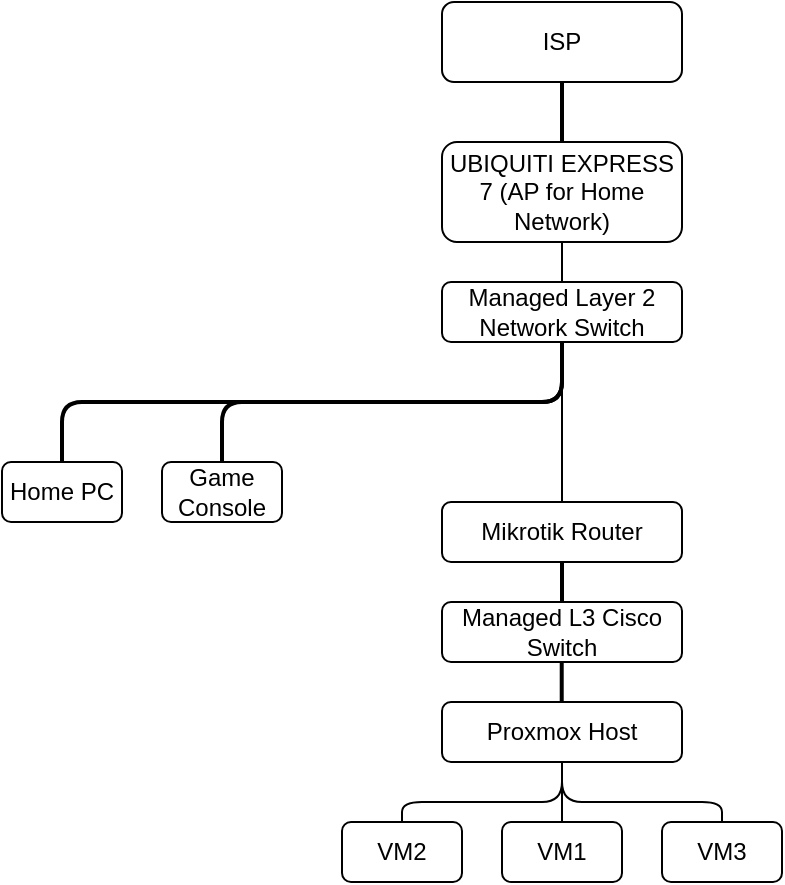
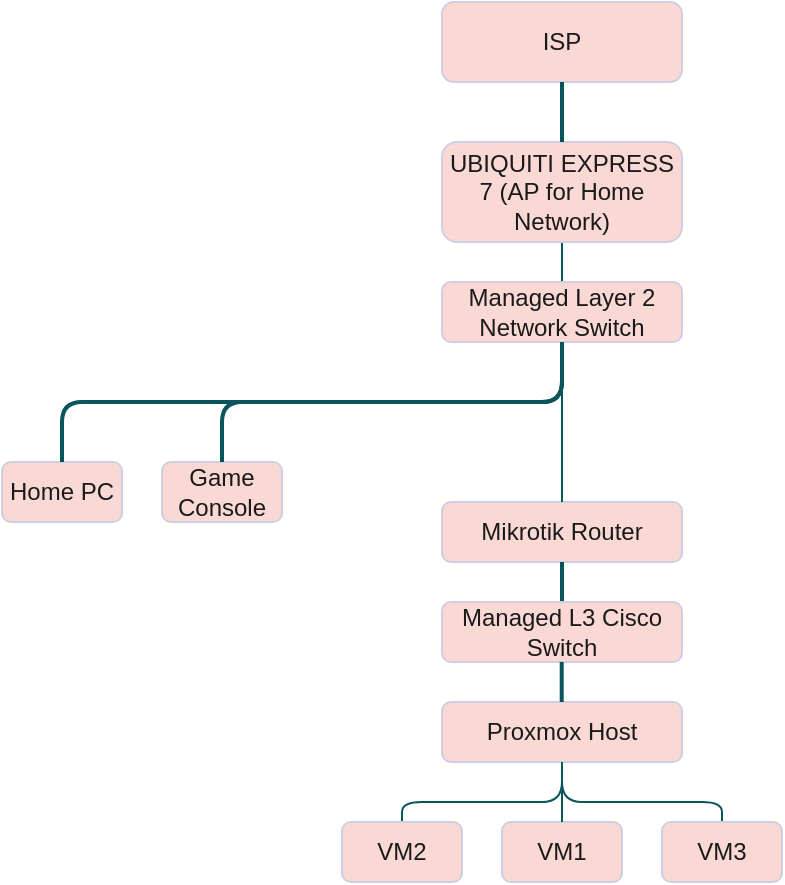
<mxfile host="Electron">
  <diagram name="Page-1" id="atDq6Gn8EgpOIrCHFkfa">
    <mxGraphModel dx="808" dy="481" grid="1" gridSize="10" guides="1" tooltips="1" connect="1" arrows="1" fold="1" page="1" pageScale="1" pageWidth="850" pageHeight="1100" background="light-dark(#FFFFFF,transparent)" math="0" shadow="0">
      <root>
        <mxCell id="0" />
        <mxCell id="1" parent="0" />
-         <mxCell id="hQF2juVCHY57e9Q5P0-U-1" parent="1" style="rounded=1;whiteSpace=wrap;html=1;labelBackgroundColor=none;" value="ISP" vertex="1">
+         <mxCell id="hQF2juVCHY57e9Q5P0-U-1" parent="1" style="rounded=1;whiteSpace=wrap;html=1;labelBackgroundColor=none;fillColor=#FAD9D5;strokeColor=#D0CEE2;fontColor=#1A1A1A;" value="ISP" vertex="1">
          <mxGeometry height="40" width="120" x="340" y="190" as="geometry" />
        </mxCell>
-         <mxCell id="hQF2juVCHY57e9Q5P0-U-37" edge="1" parent="1" source="hQF2juVCHY57e9Q5P0-U-2" style="edgeStyle=orthogonalEdgeStyle;shape=connector;rounded=1;orthogonalLoop=1;jettySize=auto;html=1;entryX=0.5;entryY=0;entryDx=0;entryDy=0;strokeColor=default;align=center;verticalAlign=middle;fontFamily=Helvetica;fontSize=11;fontColor=default;labelBackgroundColor=default;endArrow=none;endFill=0;" target="hQF2juVCHY57e9Q5P0-U-6">
+         <mxCell id="hQF2juVCHY57e9Q5P0-U-37" edge="1" parent="1" source="hQF2juVCHY57e9Q5P0-U-2" style="edgeStyle=orthogonalEdgeStyle;shape=connector;rounded=1;orthogonalLoop=1;jettySize=auto;html=1;entryX=0.5;entryY=0;entryDx=0;entryDy=0;strokeColor=#09555B;align=center;verticalAlign=middle;fontFamily=Helvetica;fontSize=11;fontColor=default;labelBackgroundColor=none;endArrow=none;endFill=0;" target="hQF2juVCHY57e9Q5P0-U-6">
          <mxGeometry relative="1" as="geometry" />
        </mxCell>
-         <mxCell id="hQF2juVCHY57e9Q5P0-U-2" parent="1" style="rounded=1;whiteSpace=wrap;html=1;labelBackgroundColor=none;" value="UBIQUITI EXPRESS 7 (AP for Home Network)" vertex="1">
+         <mxCell id="hQF2juVCHY57e9Q5P0-U-2" parent="1" style="rounded=1;whiteSpace=wrap;html=1;labelBackgroundColor=none;fillColor=#FAD9D5;strokeColor=#D0CEE2;fontColor=#1A1A1A;" value="UBIQUITI EXPRESS 7 (AP for Home Network)" vertex="1">
          <mxGeometry height="50" width="120" x="340" y="260" as="geometry" />
        </mxCell>
-         <mxCell id="hQF2juVCHY57e9Q5P0-U-3" parent="1" style="rounded=1;whiteSpace=wrap;html=1;labelBackgroundColor=none;" value="Mikrotik Router" vertex="1">
+         <mxCell id="hQF2juVCHY57e9Q5P0-U-3" parent="1" style="rounded=1;whiteSpace=wrap;html=1;labelBackgroundColor=none;fillColor=#FAD9D5;strokeColor=#D0CEE2;fontColor=#1A1A1A;" value="Mikrotik Router" vertex="1">
          <mxGeometry height="30" width="120" x="340" y="440" as="geometry" />
        </mxCell>
-         <mxCell id="hQF2juVCHY57e9Q5P0-U-4" edge="1" parent="1" source="hQF2juVCHY57e9Q5P0-U-2" style="endArrow=none;html=1;rounded=1;entryX=0.5;entryY=1;entryDx=0;entryDy=0;exitX=0.5;exitY=0;exitDx=0;exitDy=0;strokeWidth=2;labelBackgroundColor=none;fontColor=default;" target="hQF2juVCHY57e9Q5P0-U-1" value="">
+         <mxCell id="hQF2juVCHY57e9Q5P0-U-4" edge="1" parent="1" source="hQF2juVCHY57e9Q5P0-U-2" style="endArrow=none;html=1;rounded=1;entryX=0.5;entryY=1;entryDx=0;entryDy=0;exitX=0.5;exitY=0;exitDx=0;exitDy=0;strokeWidth=2;labelBackgroundColor=none;fontColor=default;strokeColor=#09555B;" target="hQF2juVCHY57e9Q5P0-U-1" value="">
          <mxGeometry height="50" relative="1" width="50" as="geometry">
            <mxPoint x="690" y="460" as="sourcePoint" />
            <mxPoint x="740" y="410" as="targetPoint" />
          </mxGeometry>
        </mxCell>
-         <mxCell id="hQF2juVCHY57e9Q5P0-U-38" edge="1" parent="1" source="hQF2juVCHY57e9Q5P0-U-6" style="edgeStyle=orthogonalEdgeStyle;shape=connector;rounded=1;orthogonalLoop=1;jettySize=auto;html=1;entryX=0.5;entryY=0;entryDx=0;entryDy=0;strokeColor=default;align=center;verticalAlign=middle;fontFamily=Helvetica;fontSize=11;fontColor=default;labelBackgroundColor=default;endArrow=none;endFill=0;" target="hQF2juVCHY57e9Q5P0-U-3">
+         <mxCell id="hQF2juVCHY57e9Q5P0-U-38" edge="1" parent="1" source="hQF2juVCHY57e9Q5P0-U-6" style="edgeStyle=orthogonalEdgeStyle;shape=connector;rounded=1;orthogonalLoop=1;jettySize=auto;html=1;entryX=0.5;entryY=0;entryDx=0;entryDy=0;strokeColor=#09555B;align=center;verticalAlign=middle;fontFamily=Helvetica;fontSize=11;fontColor=default;labelBackgroundColor=none;endArrow=none;endFill=0;" target="hQF2juVCHY57e9Q5P0-U-3">
          <mxGeometry relative="1" as="geometry" />
        </mxCell>
-         <mxCell id="hQF2juVCHY57e9Q5P0-U-6" parent="1" style="rounded=1;whiteSpace=wrap;html=1;labelBackgroundColor=none;" value="Managed Layer 2 Network Switch" vertex="1">
+         <mxCell id="hQF2juVCHY57e9Q5P0-U-6" parent="1" style="rounded=1;whiteSpace=wrap;html=1;labelBackgroundColor=none;fillColor=#FAD9D5;strokeColor=#D0CEE2;fontColor=#1A1A1A;" value="Managed Layer 2 Network Switch" vertex="1">
          <mxGeometry height="30" width="120" x="340" y="330" as="geometry" />
        </mxCell>
-         <mxCell id="hQF2juVCHY57e9Q5P0-U-32" edge="1" parent="1" source="hQF2juVCHY57e9Q5P0-U-7" style="edgeStyle=orthogonalEdgeStyle;rounded=1;orthogonalLoop=1;jettySize=auto;html=1;entryX=0.5;entryY=0;entryDx=0;entryDy=0;endArrow=none;endFill=0;" target="hQF2juVCHY57e9Q5P0-U-21">
+         <mxCell id="hQF2juVCHY57e9Q5P0-U-32" edge="1" parent="1" source="hQF2juVCHY57e9Q5P0-U-7" style="edgeStyle=orthogonalEdgeStyle;rounded=1;orthogonalLoop=1;jettySize=auto;html=1;entryX=0.5;entryY=0;entryDx=0;entryDy=0;endArrow=none;endFill=0;labelBackgroundColor=none;strokeColor=#09555B;fontColor=default;" target="hQF2juVCHY57e9Q5P0-U-21">
          <mxGeometry relative="1" as="geometry" />
        </mxCell>
-         <mxCell id="hQF2juVCHY57e9Q5P0-U-33" edge="1" parent="1" source="hQF2juVCHY57e9Q5P0-U-7" style="edgeStyle=orthogonalEdgeStyle;rounded=1;orthogonalLoop=1;jettySize=auto;html=1;entryX=0.5;entryY=0;entryDx=0;entryDy=0;endArrow=none;endFill=0;" target="hQF2juVCHY57e9Q5P0-U-22">
+         <mxCell id="hQF2juVCHY57e9Q5P0-U-33" edge="1" parent="1" source="hQF2juVCHY57e9Q5P0-U-7" style="edgeStyle=orthogonalEdgeStyle;rounded=1;orthogonalLoop=1;jettySize=auto;html=1;entryX=0.5;entryY=0;entryDx=0;entryDy=0;endArrow=none;endFill=0;labelBackgroundColor=none;strokeColor=#09555B;fontColor=default;" target="hQF2juVCHY57e9Q5P0-U-22">
          <mxGeometry relative="1" as="geometry" />
        </mxCell>
-         <mxCell id="hQF2juVCHY57e9Q5P0-U-7" parent="1" style="rounded=1;whiteSpace=wrap;html=1;labelBackgroundColor=none;" value="Proxmox Host" vertex="1">
+         <mxCell id="hQF2juVCHY57e9Q5P0-U-7" parent="1" style="rounded=1;whiteSpace=wrap;html=1;labelBackgroundColor=none;fillColor=#FAD9D5;strokeColor=#D0CEE2;fontColor=#1A1A1A;" value="Proxmox Host" vertex="1">
          <mxGeometry height="30" width="120" x="340" y="540" as="geometry" />
        </mxCell>
-         <mxCell id="hQF2juVCHY57e9Q5P0-U-8" edge="1" parent="1" source="hQF2juVCHY57e9Q5P0-U-26" style="endArrow=none;html=1;rounded=1;entryX=0.5;entryY=1;entryDx=0;entryDy=0;strokeWidth=2;labelBackgroundColor=none;fontColor=default;exitX=0.5;exitY=0;exitDx=0;exitDy=0;" target="hQF2juVCHY57e9Q5P0-U-3" value="">
+         <mxCell id="hQF2juVCHY57e9Q5P0-U-8" edge="1" parent="1" source="hQF2juVCHY57e9Q5P0-U-26" style="endArrow=none;html=1;rounded=1;entryX=0.5;entryY=1;entryDx=0;entryDy=0;strokeWidth=2;labelBackgroundColor=none;fontColor=default;exitX=0.5;exitY=0;exitDx=0;exitDy=0;strokeColor=#09555B;" target="hQF2juVCHY57e9Q5P0-U-3" value="">
          <mxGeometry height="50" relative="1" width="50" as="geometry">
            <mxPoint x="400" y="500" as="sourcePoint" />
            <mxPoint x="580" y="490" as="targetPoint" />
          </mxGeometry>
        </mxCell>
-         <mxCell id="hQF2juVCHY57e9Q5P0-U-14" parent="1" style="rounded=1;whiteSpace=wrap;html=1;labelBackgroundColor=none;" value="Home PC" vertex="1">
+         <mxCell id="hQF2juVCHY57e9Q5P0-U-14" parent="1" style="rounded=1;whiteSpace=wrap;html=1;labelBackgroundColor=none;fillColor=#FAD9D5;strokeColor=#D0CEE2;fontColor=#1A1A1A;" value="Home PC" vertex="1">
          <mxGeometry height="30" width="60" x="120" y="420" as="geometry" />
        </mxCell>
-         <mxCell id="hQF2juVCHY57e9Q5P0-U-16" edge="1" parent="1" source="hQF2juVCHY57e9Q5P0-U-14" style="endArrow=none;html=1;rounded=1;entryX=0.5;entryY=1;entryDx=0;entryDy=0;edgeStyle=orthogonalEdgeStyle;curved=0;strokeWidth=2;labelBackgroundColor=none;fontColor=default;exitX=0.5;exitY=0;exitDx=0;exitDy=0;" target="hQF2juVCHY57e9Q5P0-U-6" value="">
+         <mxCell id="hQF2juVCHY57e9Q5P0-U-16" edge="1" parent="1" source="hQF2juVCHY57e9Q5P0-U-14" style="endArrow=none;html=1;rounded=1;entryX=0.5;entryY=1;entryDx=0;entryDy=0;edgeStyle=orthogonalEdgeStyle;curved=0;strokeWidth=2;labelBackgroundColor=none;fontColor=default;exitX=0.5;exitY=0;exitDx=0;exitDy=0;strokeColor=#09555B;" target="hQF2juVCHY57e9Q5P0-U-6" value="">
          <mxGeometry height="50" relative="1" width="50" as="geometry">
            <mxPoint x="190" y="420" as="sourcePoint" />
            <mxPoint x="530" y="480" as="targetPoint" />
          </mxGeometry>
        </mxCell>
-         <mxCell id="hQF2juVCHY57e9Q5P0-U-17" parent="1" style="rounded=1;whiteSpace=wrap;html=1;labelBackgroundColor=none;" value="Game Console" vertex="1">
+         <mxCell id="hQF2juVCHY57e9Q5P0-U-17" parent="1" style="rounded=1;whiteSpace=wrap;html=1;labelBackgroundColor=none;fillColor=#FAD9D5;strokeColor=#D0CEE2;fontColor=#1A1A1A;" value="Game Console" vertex="1">
          <mxGeometry height="30" width="60" x="200" y="420" as="geometry" />
        </mxCell>
-         <mxCell id="hQF2juVCHY57e9Q5P0-U-19" edge="1" parent="1" source="hQF2juVCHY57e9Q5P0-U-17" style="endArrow=none;html=1;rounded=1;entryX=0.5;entryY=1;entryDx=0;entryDy=0;edgeStyle=orthogonalEdgeStyle;curved=0;strokeWidth=2;labelBackgroundColor=none;fontColor=default;exitX=0.5;exitY=0;exitDx=0;exitDy=0;" target="hQF2juVCHY57e9Q5P0-U-6" value="">
+         <mxCell id="hQF2juVCHY57e9Q5P0-U-19" edge="1" parent="1" source="hQF2juVCHY57e9Q5P0-U-17" style="endArrow=none;html=1;rounded=1;entryX=0.5;entryY=1;entryDx=0;entryDy=0;edgeStyle=orthogonalEdgeStyle;curved=0;strokeWidth=2;labelBackgroundColor=none;fontColor=default;exitX=0.5;exitY=0;exitDx=0;exitDy=0;strokeColor=#09555B;" target="hQF2juVCHY57e9Q5P0-U-6" value="">
          <mxGeometry height="50" relative="1" width="50" as="geometry">
            <mxPoint x="220" y="430" as="sourcePoint" />
            <mxPoint x="260" y="400" as="targetPoint" />
          </mxGeometry>
        </mxCell>
-         <mxCell id="hQF2juVCHY57e9Q5P0-U-20" parent="1" style="rounded=1;whiteSpace=wrap;html=1;labelBackgroundColor=none;" value="VM1" vertex="1">
+         <mxCell id="hQF2juVCHY57e9Q5P0-U-20" parent="1" style="rounded=1;whiteSpace=wrap;html=1;labelBackgroundColor=none;fillColor=#FAD9D5;strokeColor=#D0CEE2;fontColor=#1A1A1A;" value="VM1" vertex="1">
          <mxGeometry height="30" width="60" x="370" y="600" as="geometry" />
        </mxCell>
-         <mxCell id="hQF2juVCHY57e9Q5P0-U-21" parent="1" style="rounded=1;whiteSpace=wrap;html=1;labelBackgroundColor=none;" value="VM2" vertex="1">
+         <mxCell id="hQF2juVCHY57e9Q5P0-U-21" parent="1" style="rounded=1;whiteSpace=wrap;html=1;labelBackgroundColor=none;fillColor=#FAD9D5;strokeColor=#D0CEE2;fontColor=#1A1A1A;" value="VM2" vertex="1">
          <mxGeometry height="30" width="60" x="290" y="600" as="geometry" />
        </mxCell>
-         <mxCell id="hQF2juVCHY57e9Q5P0-U-22" parent="1" style="rounded=1;whiteSpace=wrap;html=1;labelBackgroundColor=none;" value="VM3" vertex="1">
+         <mxCell id="hQF2juVCHY57e9Q5P0-U-22" parent="1" style="rounded=1;whiteSpace=wrap;html=1;labelBackgroundColor=none;fillColor=#FAD9D5;strokeColor=#D0CEE2;fontColor=#1A1A1A;" value="VM3" vertex="1">
          <mxGeometry height="30" width="60" x="450" y="600" as="geometry" />
        </mxCell>
-         <mxCell id="hQF2juVCHY57e9Q5P0-U-26" parent="1" style="rounded=1;whiteSpace=wrap;html=1;labelBackgroundColor=none;" value="Managed L3 Cisco Switch" vertex="1">
+         <mxCell id="hQF2juVCHY57e9Q5P0-U-26" parent="1" style="rounded=1;whiteSpace=wrap;html=1;labelBackgroundColor=none;fillColor=#FAD9D5;strokeColor=#D0CEE2;fontColor=#1A1A1A;" value="Managed L3 Cisco Switch" vertex="1">
          <mxGeometry height="30" width="120" x="340" y="490" as="geometry" />
        </mxCell>
-         <mxCell id="hQF2juVCHY57e9Q5P0-U-28" edge="1" parent="1" style="endArrow=none;html=1;rounded=1;entryX=0.5;entryY=1;entryDx=0;entryDy=0;strokeWidth=2;labelBackgroundColor=none;fontColor=default;exitX=0.5;exitY=0;exitDx=0;exitDy=0;" value="">
+         <mxCell id="hQF2juVCHY57e9Q5P0-U-28" edge="1" parent="1" style="endArrow=none;html=1;rounded=1;entryX=0.5;entryY=1;entryDx=0;entryDy=0;strokeWidth=2;labelBackgroundColor=none;fontColor=default;exitX=0.5;exitY=0;exitDx=0;exitDy=0;strokeColor=#09555B;" value="">
          <mxGeometry height="50" relative="1" width="50" as="geometry">
            <mxPoint x="399.86" y="540" as="sourcePoint" />
            <mxPoint x="399.86" y="520" as="targetPoint" />
          </mxGeometry>
        </mxCell>
-         <mxCell id="hQF2juVCHY57e9Q5P0-U-29" edge="1" parent="1" source="hQF2juVCHY57e9Q5P0-U-20" style="endArrow=none;html=1;rounded=1;entryX=0.5;entryY=1;entryDx=0;entryDy=0;exitX=0.5;exitY=0;exitDx=0;exitDy=0;" target="hQF2juVCHY57e9Q5P0-U-7" value="">
+         <mxCell id="hQF2juVCHY57e9Q5P0-U-29" edge="1" parent="1" source="hQF2juVCHY57e9Q5P0-U-20" style="endArrow=none;html=1;rounded=1;entryX=0.5;entryY=1;entryDx=0;entryDy=0;exitX=0.5;exitY=0;exitDx=0;exitDy=0;labelBackgroundColor=none;strokeColor=#09555B;fontColor=default;" target="hQF2juVCHY57e9Q5P0-U-7" value="">
          <mxGeometry height="50" relative="1" width="50" as="geometry">
            <mxPoint x="300" y="560" as="sourcePoint" />
            <mxPoint x="350" y="510" as="targetPoint" />
          </mxGeometry>
        </mxCell>
      </root>
    </mxGraphModel>
  </diagram>
</mxfile>
